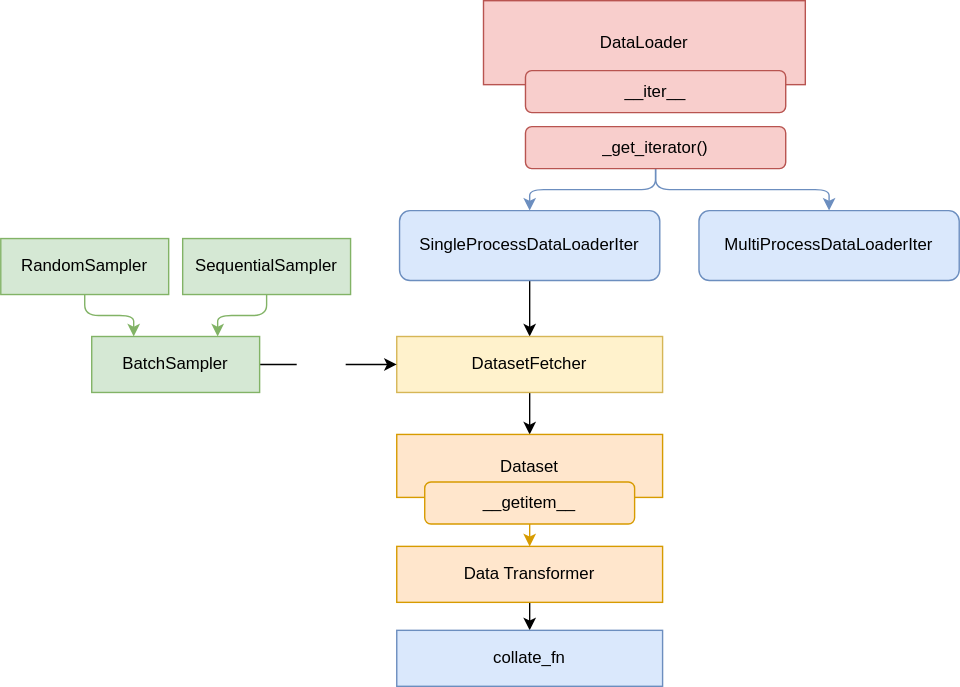
This is pytorch-basics/assets/DataLoading_pipeliine.drawio.svg from awmthink/pytorch-in-action, a draw.io export, as it was before one commit. Source tidied: cells renumbered, new cells last; positions are measured from the earlier drawing's top-left corner, leaving out a move shared by most shapes.
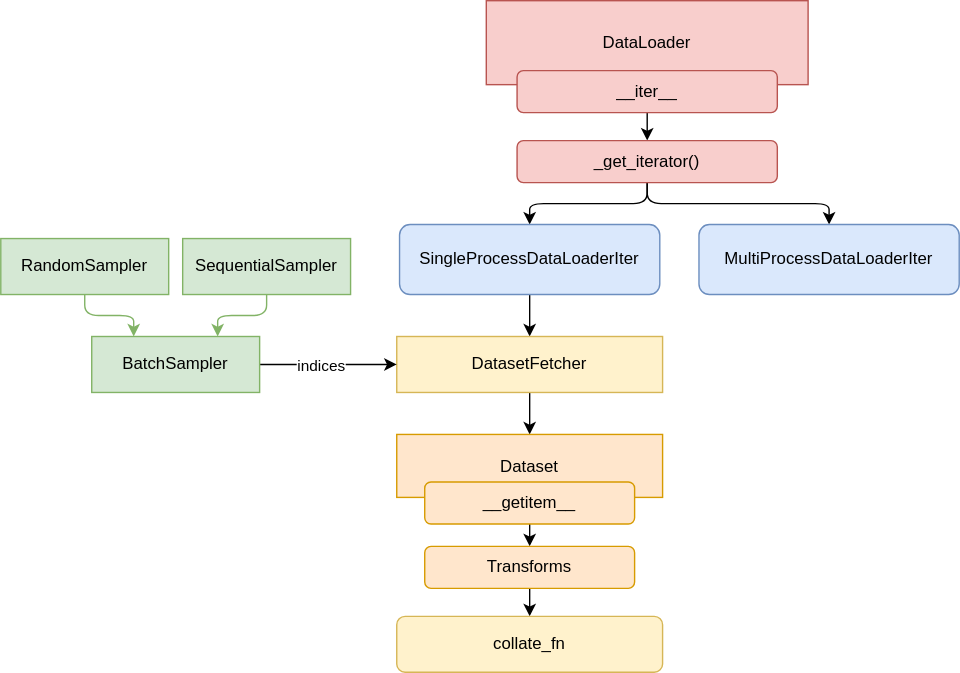
The same diagram one commit later.

Diff of the diagram source:
```diff
@@ -3,75 +3,80 @@
     <mxCell id="0" />
     <mxCell id="1" parent="0" />
     <mxCell id="2" value="DataLoader" style="rounded=0;whiteSpace=wrap;html=1;fillColor=#f8cecc;strokeColor=#b85450;fontColor=#000000;" parent="1" vertex="1">
-      <mxGeometry x="345" width="230" height="60" as="geometry" />
+      <mxGeometry x="-328" width="230" height="60" as="geometry" />
     </mxCell>
+    <mxCell id="25" style="edgeStyle=none;html=1;exitX=0.5;exitY=1;exitDx=0;exitDy=0;entryX=0.5;entryY=0;entryDx=0;entryDy=0;" parent="1" edge="1" source="3" target="6">
+      <mxGeometry relative="1" as="geometry" />
+    </mxCell>
     <mxCell id="3" value="__iter__" style="rounded=1;whiteSpace=wrap;html=1;fillColor=#f8cecc;strokeColor=#b85450;fontColor=#000000;" parent="1" vertex="1">
-      <mxGeometry x="375" y="50" width="186" height="30" as="geometry" />
+      <mxGeometry x="-306" y="50" width="186" height="30" as="geometry" />
     </mxCell>
-    <mxCell id="4" style="edgeStyle=orthogonalEdgeStyle;html=1;exitX=0.5;exitY=1;exitDx=0;exitDy=0;entryX=0.5;entryY=0;entryDx=0;entryDy=0;fillColor=#dae8fc;strokeColor=#6c8ebf;fontColor=#000000;" parent="1" edge="1" source="6" target="8">
+    <mxCell id="4" style="edgeStyle=orthogonalEdgeStyle;html=1;exitX=0.5;exitY=1;exitDx=0;exitDy=0;entryX=0.5;entryY=0;entryDx=0;entryDy=0;fillColor=#dae8fc;strokeColor=#000000;fontColor=#000000;" parent="1" edge="1" source="6" target="8">
       <mxGeometry relative="1" as="geometry" />
     </mxCell>
-    <mxCell id="5" style="edgeStyle=orthogonalEdgeStyle;html=1;exitX=0.5;exitY=1;exitDx=0;exitDy=0;fillColor=#dae8fc;strokeColor=#6c8ebf;fontColor=#000000;" parent="1" edge="1" source="6" target="9">
+    <mxCell id="5" style="edgeStyle=orthogonalEdgeStyle;html=1;exitX=0.5;exitY=1;exitDx=0;exitDy=0;fillColor=#dae8fc;strokeColor=#000000;fontColor=#000000;" parent="1" edge="1" source="6" target="9">
       <mxGeometry relative="1" as="geometry" />
     </mxCell>
     <mxCell id="6" value="_get_iterator()" style="rounded=1;whiteSpace=wrap;html=1;fillColor=#f8cecc;strokeColor=#b85450;fontColor=#000000;" parent="1" vertex="1">
-      <mxGeometry x="375" y="90" width="186" height="30" as="geometry" />
+      <mxGeometry x="-306" y="100" width="186" height="30" as="geometry" />
     </mxCell>
     <mxCell id="7" style="edgeStyle=orthogonalEdgeStyle;html=1;exitX=0.5;exitY=1;exitDx=0;exitDy=0;entryX=0.5;entryY=0;entryDx=0;entryDy=0;fontColor=#000000;" parent="1" edge="1" source="8" target="11">
       <mxGeometry relative="1" as="geometry" />
     </mxCell>
     <mxCell id="8" value="SingleProcessDataLoaderIter" style="rounded=1;whiteSpace=wrap;html=1;fillColor=#dae8fc;strokeColor=#6c8ebf;fontColor=#000000;" parent="1" vertex="1">
-      <mxGeometry x="285" y="150" width="186" height="50" as="geometry" />
+      <mxGeometry x="-390" y="160" width="186" height="50" as="geometry" />
     </mxCell>
     <mxCell id="9" value="MultiProcessDataLoaderIter" style="rounded=1;whiteSpace=wrap;html=1;fillColor=#dae8fc;strokeColor=#6c8ebf;fontColor=#000000;" parent="1" vertex="1">
-      <mxGeometry x="499" y="150" width="186" height="50" as="geometry" />
+      <mxGeometry x="-176" y="160" width="186" height="50" as="geometry" />
     </mxCell>
     <mxCell id="10" style="edgeStyle=orthogonalEdgeStyle;html=1;exitX=0.5;exitY=1;exitDx=0;exitDy=0;entryX=0.5;entryY=0;entryDx=0;entryDy=0;fontColor=#000000;" parent="1" edge="1" source="11" target="19">
       <mxGeometry relative="1" as="geometry" />
     </mxCell>
     <mxCell id="11" value="DatasetFetcher" style="rounded=0;whiteSpace=wrap;html=1;fillColor=#fff2cc;strokeColor=#d6b656;fontColor=#000000;" parent="1" vertex="1">
-      <mxGeometry x="283" y="240" width="190" height="40" as="geometry" />
+      <mxGeometry x="-392" y="240" width="190" height="40" as="geometry" />
     </mxCell>
     <mxCell id="12" style="edgeStyle=orthogonalEdgeStyle;html=1;exitX=0.5;exitY=1;exitDx=0;exitDy=0;entryX=0.25;entryY=0;entryDx=0;entryDy=0;fillColor=#d5e8d4;strokeColor=#82b366;fontColor=#000000;" parent="1" edge="1" source="13" target="18">
       <mxGeometry relative="1" as="geometry" />
     </mxCell>
     <mxCell id="13" value="RandomSampler" style="rounded=0;whiteSpace=wrap;html=1;fillColor=#d5e8d4;strokeColor=#82b366;fontColor=#000000;" parent="1" vertex="1">
-      <mxGeometry y="170" width="120" height="40" as="geometry" />
+      <mxGeometry x="-675" y="170" width="120" height="40" as="geometry" />
     </mxCell>
     <mxCell id="14" style="edgeStyle=orthogonalEdgeStyle;html=1;exitX=0.5;exitY=1;exitDx=0;exitDy=0;entryX=0.75;entryY=0;entryDx=0;entryDy=0;fillColor=#d5e8d4;strokeColor=#82b366;fontColor=#000000;" parent="1" edge="1" source="15" target="18">
       <mxGeometry relative="1" as="geometry" />
     </mxCell>
     <mxCell id="15" value="SequentialSampler" style="rounded=0;whiteSpace=wrap;html=1;fillColor=#d5e8d4;strokeColor=#82b366;fontColor=#000000;" parent="1" vertex="1">
-      <mxGeometry x="130" y="170" width="120" height="40" as="geometry" />
+      <mxGeometry x="-545" y="170" width="120" height="40" as="geometry" />
     </mxCell>
     <mxCell id="16" style="edgeStyle=orthogonalEdgeStyle;html=1;exitX=1;exitY=0.5;exitDx=0;exitDy=0;entryX=0;entryY=0.5;entryDx=0;entryDy=0;fontColor=#000000;" parent="1" edge="1" source="18" target="11">
       <mxGeometry relative="1" as="geometry" />
     </mxCell>
-    <mxCell id="17" value="&lt;font color=&quot;#ffffff&quot;&gt;indices&lt;/font&gt;" style="edgeLabel;html=1;align=center;verticalAlign=middle;fontColor=#000000;" parent="16" vertex="1">
+    <mxCell id="17" value="indices" style="edgeLabel;html=1;align=center;verticalAlign=middle;fontColor=#000000;" parent="16" vertex="1">
       <mxGeometry x="-0.12" y="-2" relative="1" as="geometry">
         <mxPoint y="-2" as="offset" />
       </mxGeometry>
     </mxCell>
     <mxCell id="18" value="BatchSampler" style="rounded=0;whiteSpace=wrap;html=1;fillColor=#d5e8d4;strokeColor=#82b366;fontColor=#000000;" parent="1" vertex="1">
-      <mxGeometry x="65" y="240" width="120" height="40" as="geometry" />
+      <mxGeometry x="-610" y="240" width="120" height="40" as="geometry" />
     </mxCell>
-    <mxCell id="19" value="Dataset" style="rounded=0;whiteSpace=wrap;html=1;fillColor=#ffe6cc;strokeColor=#d79b00;fontColor=#000000;" parent="1" vertex="1">
-      <mxGeometry x="283" y="310" width="190" height="45" as="geometry" />
+    <mxCell id="19" value="Dataset" style="rounded=0;whiteSpace=wrap;html=1;fillColor=#ffe6cc;strokeColor=#D79B00;fontColor=#000000;" parent="1" vertex="1">
+      <mxGeometry x="-392" y="310" width="190" height="45" as="geometry" />
     </mxCell>
-    <mxCell id="20" style="edgeStyle=orthogonalEdgeStyle;html=1;exitX=0.5;exitY=1;exitDx=0;exitDy=0;entryX=0.5;entryY=0;entryDx=0;entryDy=0;fillColor=#ffe6cc;strokeColor=#d79b00;fontColor=#000000;" parent="1" edge="1" source="21" target="23">
-      <mxGeometry relative="1" as="geometry" />
+    <mxCell id="20" style="edgeStyle=orthogonalEdgeStyle;html=1;exitX=0.5;exitY=1;exitDx=0;exitDy=0;entryX=0.5;entryY=0;entryDx=0;entryDy=0;fillColor=#ffe6cc;strokeColor=#000000;fontColor=#000000;" parent="1" edge="1" source="21">
+      <mxGeometry relative="1" as="geometry">
+        <mxPoint x="-297" y="390" as="targetPoint" />
+      </mxGeometry>
     </mxCell>
-    <mxCell id="21" value="__getitem__" style="rounded=1;whiteSpace=wrap;html=1;fillColor=#ffe6cc;strokeColor=#d79b00;fontColor=#000000;" parent="1" vertex="1">
-      <mxGeometry x="303" y="344" width="150" height="30" as="geometry" />
+    <mxCell id="21" value="__getitem__" style="rounded=1;whiteSpace=wrap;html=1;fillColor=#ffe6cc;strokeColor=#D79B00;fontColor=#000000;" parent="1" vertex="1">
+      <mxGeometry x="-372" y="344" width="150" height="30" as="geometry" />
     </mxCell>
-    <mxCell id="22" style="edgeStyle=none;html=1;exitX=0.5;exitY=1;exitDx=0;exitDy=0;entryX=0.5;entryY=0;entryDx=0;entryDy=0;" parent="1" edge="1" source="23" target="24">
-      <mxGeometry relative="1" as="geometry" />
-    </mxCell>
-    <mxCell id="23" value="Data Transformer" style="rounded=0;whiteSpace=wrap;html=1;fillColor=#ffe6cc;strokeColor=#d79b00;fontColor=#000000;" parent="1" vertex="1">
-      <mxGeometry x="283" y="390" width="190" height="40" as="geometry" />
-    </mxCell>
+    <mxCell id="26" style="edgeStyle=none;html=1;exitX=0.5;exitY=1;exitDx=0;exitDy=0;entryX=0.5;entryY=0;entryDx=0;entryDy=0;strokeColor=#000000;" parent="1" edge="1" source="27" target="24">
+      <mxGeometry relative="1" as="geometry" />
+    </mxCell>
+    <mxCell id="27" value="Transforms" style="rounded=1;whiteSpace=wrap;html=1;fillColor=#ffe6cc;strokeColor=#D79B00;fontColor=#000000;" parent="1" vertex="1">
+      <mxGeometry x="-372" y="390" width="150" height="30" as="geometry" />
+    </mxCell>
-    <mxCell id="24" value="&lt;font color=&quot;#000000&quot;&gt;collate_fn&lt;/font&gt;" style="rounded=0;whiteSpace=wrap;html=1;fillColor=#dae8fc;strokeColor=#6c8ebf;" parent="1" vertex="1">
-      <mxGeometry x="283" y="450" width="190" height="40" as="geometry" />
+    <mxCell id="24" value="collate_fn" style="rounded=1;whiteSpace=wrap;html=1;fillColor=#fff2cc;strokeColor=#d6b656;" parent="1" vertex="1">
+      <mxGeometry x="-392" y="440" width="190" height="40" as="geometry" />
     </mxCell>
   </root>
 </mxGraphModel>
```
